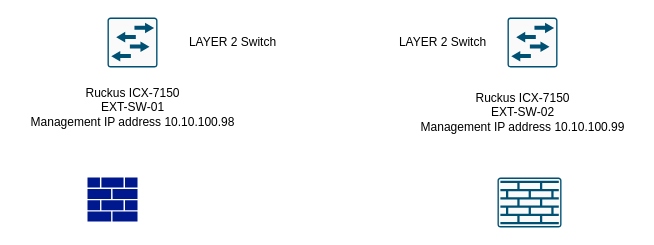
The draw.io diagram Project_Design/Untitled Diagram.drawio in amccaskill/diagrams, before the edit. Source tidied: cells renumbered, new cells numbered last; positions are measured from the earlier drawing's top-left corner, leaving out a move shared by most shapes. Both pictures are drawn from the tidied source at 100%, with x=0, y=0 at pixel (17, 17).
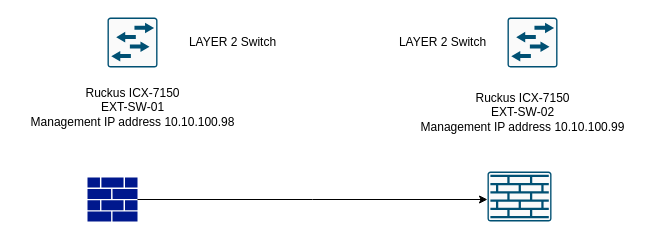
The same page after the edit.

What changed in the source:
```diff
@@
 <mxGraphModel>
   <root>
     <mxCell id="0" />
     <mxCell id="1" parent="0" />
     <mxCell id="2" value="Ruckus ICX-7150&lt;br&gt;EXT-SW-01&lt;br&gt;Management IP address 10.10.100.98" style="text;html=1;align=center;verticalAlign=middle;strokeColor=none;fillColor=none;" parent="1" vertex="1">
       <mxGeometry y="60" width="230" height="60" as="geometry" />
     </mxCell>
     <mxCell id="3" value="Ruckus ICX-7150&lt;br style=&quot;border-color: var(--border-color);&quot;&gt;EXT-SW-02&lt;br style=&quot;border-color: var(--border-color);&quot;&gt;Management IP address 10.10.100.99" style="text;html=1;align=center;verticalAlign=middle;strokeColor=none;fillColor=none;" parent="1" vertex="1">
       <mxGeometry x="390" y="65" width="230" height="60" as="geometry" />
     </mxCell>
     <mxCell id="4" style="sketch=0;verticalLabelPosition=bottom;html=1;verticalAlign=top;align=center;shape=mxgraph.cisco19.rect;prIcon=l2_switch;fillColor=#FAFAFA;strokeColor=#005073;" parent="1" vertex="1">
       <mxGeometry x="90" width="50" height="50" as="geometry" />
     </mxCell>
     <mxCell id="5" value="LAYER 2 Switch" style="text;html=1;align=center;verticalAlign=middle;strokeColor=none;fillColor=none;" parent="1" vertex="1">
       <mxGeometry x="160" y="10" width="110" height="30" as="geometry" />
     </mxCell>
     <mxCell id="6" style="sketch=0;verticalLabelPosition=bottom;html=1;verticalAlign=top;align=center;shape=mxgraph.cisco19.rect;prIcon=l2_switch;fillColor=#FAFAFA;strokeColor=#005073;" parent="1" vertex="1">
       <mxGeometry x="490" width="50" height="50" as="geometry" />
     </mxCell>
     <mxCell id="7" value="LAYER 2 Switch" style="text;html=1;align=center;verticalAlign=middle;strokeColor=none;fillColor=none;" parent="1" vertex="1">
       <mxGeometry x="370" y="10" width="110" height="30" as="geometry" />
     </mxCell>
+    <mxCell id="10" style="edgeStyle=orthogonalEdgeStyle;rounded=0;jettySize=auto;html=1;exitX=1;exitY=0.5;exitDx=0;exitDy=0;exitPerimeter=0;" parent="1" edge="1" source="8">
+      <mxGeometry relative="1" as="geometry">
+        <mxPoint x="470" y="182" as="targetPoint" />
+      </mxGeometry>
+    </mxCell>
     <mxCell id="8" style="sketch=0;shadow=0;dashed=0;html=1;strokeColor=none;labelPosition=center;verticalLabelPosition=bottom;verticalAlign=top;align=center;fillColor=#00188D;shape=mxgraph.mscae.enterprise.firewall;" parent="1" vertex="1">
       <mxGeometry x="70" y="160" width="50" height="44" as="geometry" />
     </mxCell>
     <mxCell id="9" style="sketch=0;verticalLabelPosition=bottom;html=1;verticalAlign=top;align=center;shape=mxgraph.cisco19.rect;prIcon=firewall;fillColor=#FAFAFA;strokeColor=#005073;" parent="1" vertex="1">
-      <mxGeometry x="480" y="160" width="64" height="50" as="geometry" />
+      <mxGeometry x="470" y="154" width="64" height="50" as="geometry" />
     </mxCell>
   </root>
 </mxGraphModel>
```
